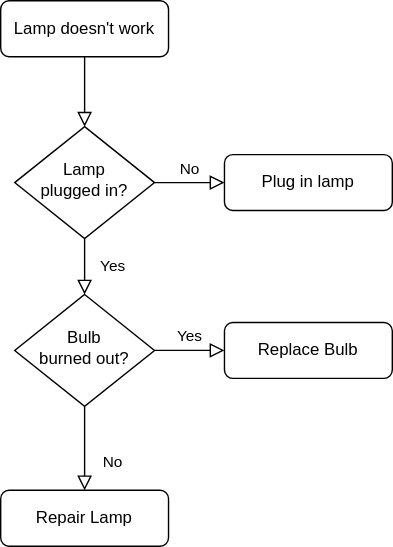
The draw.io diagram 00TempData/FirstFlowchart.svg in TomasKazda/diagrams.net, before a commit. Source tidied: cells renumbered, new cells last; positions are measured from the earlier drawing's top-left corner, leaving out a move shared by most shapes.
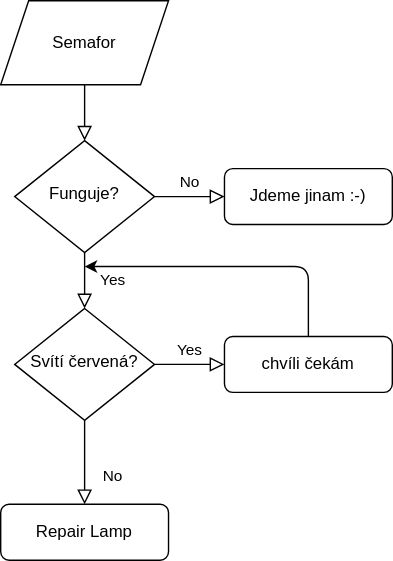
Later version of the same file.

Change to the diagram source:
```diff
@@ -2,22 +2,19 @@
   <root>
     <mxCell id="0" />
     <mxCell id="1" parent="0" />
-    <mxCell id="2" style="rounded=0;html=1;jettySize=auto;fontSize=11;endArrow=block;endFill=0;endSize=8;strokeWidth=1;shadow=0;labelBackgroundColor=none;edgeStyle=orthogonalEdgeStyle;" parent="1" edge="1" source="3" target="6">
+    <mxCell id="2" style="rounded=0;html=1;jettySize=auto;fontSize=11;endArrow=block;endFill=0;endSize=8;strokeWidth=1;shadow=0;labelBackgroundColor=none;edgeStyle=orthogonalEdgeStyle;" parent="1" edge="1" source="13" target="6">
       <mxGeometry relative="1" as="geometry" />
     </mxCell>
-    <mxCell id="3" value="Lamp doesn't work" style="rounded=1;whiteSpace=wrap;html=1;fontSize=12;glass=0;strokeWidth=1;shadow=0;" parent="1" vertex="1">
-      <mxGeometry width="120" height="40" as="geometry" />
-    </mxCell>
     <mxCell id="4" value="Yes" style="rounded=0;html=1;jettySize=auto;fontSize=11;endArrow=block;endFill=0;endSize=8;strokeWidth=1;shadow=0;labelBackgroundColor=none;edgeStyle=orthogonalEdgeStyle;" parent="1" edge="1" source="6" target="10">
       <mxGeometry y="20" relative="1" as="geometry" />
     </mxCell>
     <mxCell id="5" value="No" style="edgeStyle=orthogonalEdgeStyle;rounded=0;html=1;jettySize=auto;fontSize=11;endArrow=block;endFill=0;endSize=8;strokeWidth=1;shadow=0;labelBackgroundColor=none;" parent="1" edge="1" source="6" target="7">
       <mxGeometry y="10" relative="1" as="geometry" />
     </mxCell>
-    <mxCell id="6" value="Lamp&lt;br&gt;plugged in?" style="rhombus;whiteSpace=wrap;html=1;shadow=0;fontFamily=Helvetica;fontSize=12;align=center;strokeWidth=1;spacing=6;spacingTop=-4;" parent="1" vertex="1">
+    <mxCell id="6" value="Funguje?" style="rhombus;whiteSpace=wrap;html=1;shadow=0;fontFamily=Helvetica;fontSize=12;align=center;strokeWidth=1;spacing=6;spacingTop=-4;" parent="1" vertex="1">
       <mxGeometry x="10" y="90" width="100" height="80" as="geometry" />
     </mxCell>
-    <mxCell id="7" value="Plug in lamp" style="rounded=1;whiteSpace=wrap;html=1;fontSize=12;glass=0;strokeWidth=1;shadow=0;" parent="1" vertex="1">
+    <mxCell id="7" value="Jdeme jinam :-)" style="rounded=1;whiteSpace=wrap;html=1;fontSize=12;glass=0;strokeWidth=1;shadow=0;" parent="1" vertex="1">
       <mxGeometry x="160" y="110" width="120" height="40" as="geometry" />
     </mxCell>
     <mxCell id="8" value="No" style="rounded=0;html=1;jettySize=auto;fontSize=11;endArrow=block;endFill=0;endSize=8;strokeWidth=1;shadow=0;labelBackgroundColor=none;edgeStyle=orthogonalEdgeStyle;" parent="1" edge="1" source="10" target="11">
@@ -26,14 +23,25 @@
     <mxCell id="9" value="Yes" style="edgeStyle=orthogonalEdgeStyle;rounded=0;html=1;jettySize=auto;fontSize=11;endArrow=block;endFill=0;endSize=8;strokeWidth=1;shadow=0;labelBackgroundColor=none;" parent="1" edge="1" source="10" target="12">
       <mxGeometry y="10" relative="1" as="geometry" />
     </mxCell>
-    <mxCell id="10" value="Bulb&lt;br&gt;burned out?" style="rhombus;whiteSpace=wrap;html=1;shadow=0;fontFamily=Helvetica;fontSize=12;align=center;strokeWidth=1;spacing=6;spacingTop=-4;" parent="1" vertex="1">
+    <mxCell id="10" value="Svítí červená?" style="rhombus;whiteSpace=wrap;html=1;shadow=0;fontFamily=Helvetica;fontSize=12;align=center;strokeWidth=1;spacing=6;spacingTop=-4;" parent="1" vertex="1">
       <mxGeometry x="10" y="210" width="100" height="80" as="geometry" />
     </mxCell>
     <mxCell id="11" value="Repair Lamp" style="rounded=1;whiteSpace=wrap;html=1;fontSize=12;glass=0;strokeWidth=1;shadow=0;" parent="1" vertex="1">
       <mxGeometry y="350" width="120" height="40" as="geometry" />
     </mxCell>
-    <mxCell id="12" value="Replace Bulb" style="rounded=1;whiteSpace=wrap;html=1;fontSize=12;glass=0;strokeWidth=1;shadow=0;" parent="1" vertex="1">
+    <mxCell id="12" value="chvíli čekám" style="rounded=1;whiteSpace=wrap;html=1;fontSize=12;glass=0;strokeWidth=1;shadow=0;" parent="1" vertex="1">
       <mxGeometry x="160" y="230" width="120" height="40" as="geometry" />
     </mxCell>
+    <mxCell id="13" value="Semafor" style="shape=parallelogram;perimeter=parallelogramPerimeter;whiteSpace=wrap;html=1;fixedSize=1;" parent="1" vertex="1">
+      <mxGeometry y="-10" width="120" height="60" as="geometry" />
+    </mxCell>
+    <mxCell id="14" style="endArrow=classic;html=1;exitX=0.5;exitY=0;exitDx=0;exitDy=0;edgeStyle=orthogonalEdgeStyle;elbow=vertical;" parent="1" edge="1" source="12">
+      <mxGeometry relative="1" as="geometry">
+        <mxPoint x="60" y="180" as="targetPoint" />
+        <Array as="points">
+          <mxPoint x="220" y="180" />
+        </Array>
+      </mxGeometry>
+    </mxCell>
   </root>
 </mxGraphModel>
```
